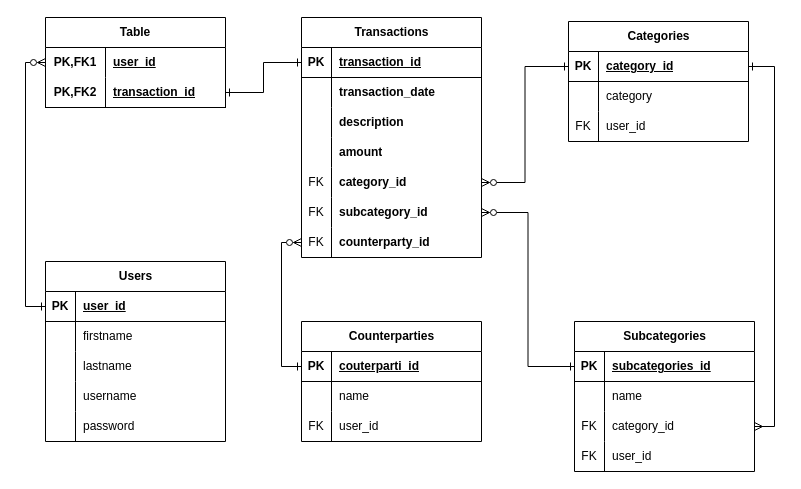
This is ERDiagram.drawio from lunaf-github/smartbudget, a draw.io file, before an edit. Source tidied: cells renumbered, new cells numbered last; positions are measured from the earlier drawing's top-left corner, leaving out a move shared by most shapes. Both pictures are drawn from the tidied source at 100%, with x=0, y=0 at pixel (45, 17).
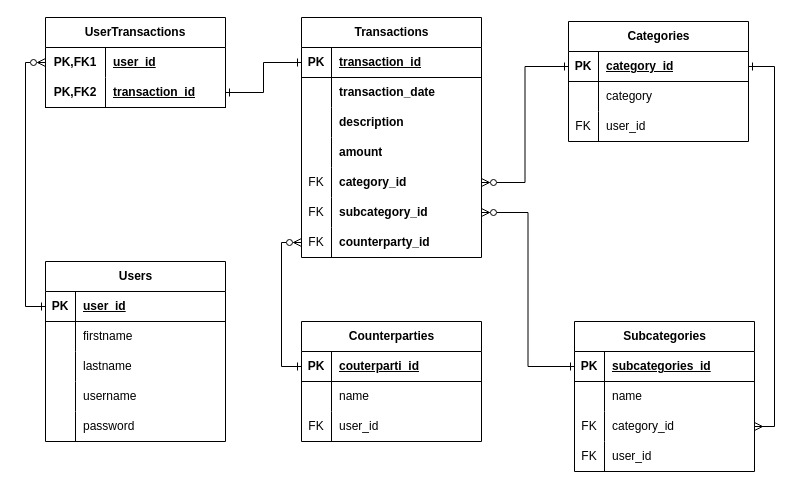
After the change.

Commit message:
made corrections to diagram

What changed in the source:
```diff
@@
-    <mxCell id="77" value="Table" style="shape=table;startSize=30;childLayout=tableLayout;rowLines=0;fontStyle=1;align=center;html=1;whiteSpace=wrap;hachureGap=4;fontFamily=Helvetica;" parent="1" vertex="1">
+    <mxCell id="77" value="UserTransactions" style="shape=table;startSize=30;childLayout=tableLayout;rowLines=0;fontStyle=1;align=center;html=1;whiteSpace=wrap;hachureGap=4;fontFamily=Helvetica;" parent="1" vertex="1">
       <mxGeometry width="180" height="90" as="geometry" />
     </mxCell>
```
